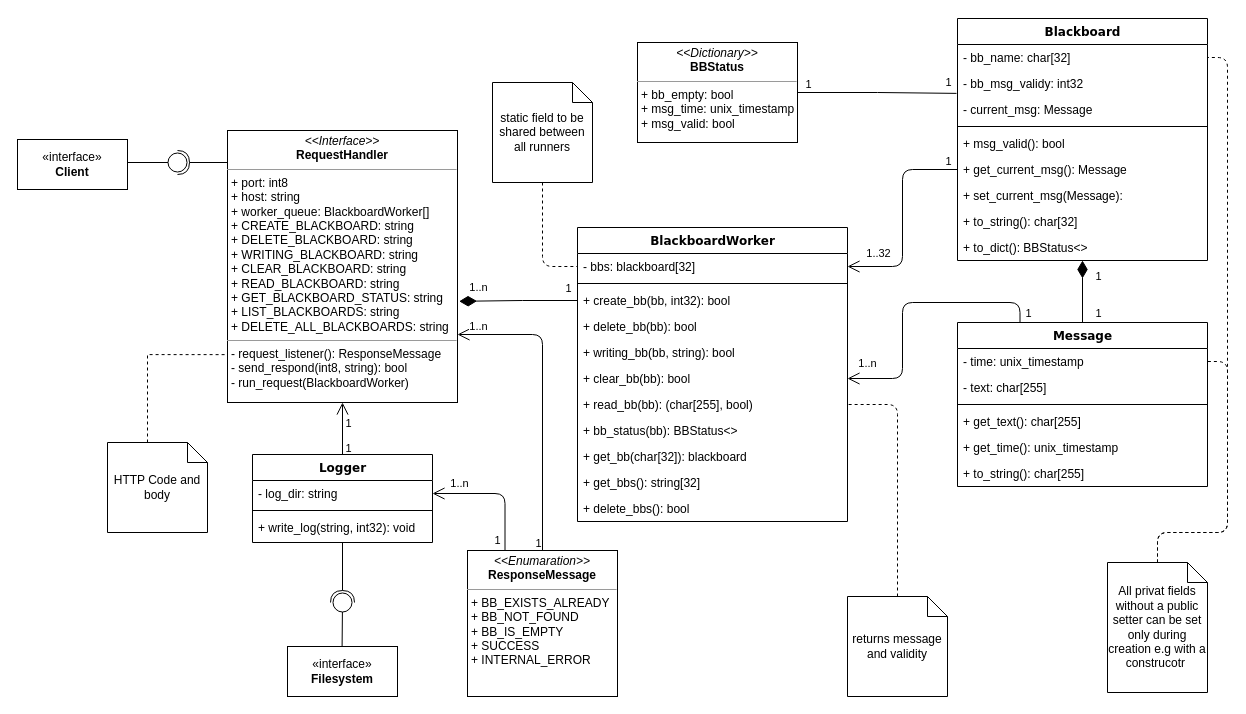
Before: doc/class_diagram.drawio in DHBW-Coding/BlackBoard, a draw.io diagram. Source tidied: cells renumbered, new cells numbered last; positions are measured from the earlier drawing's top-left corner, leaving out a move shared by most shapes. Both pictures are drawn from the tidied source at 100%, with x=0, y=0 at pixel (17, 18).
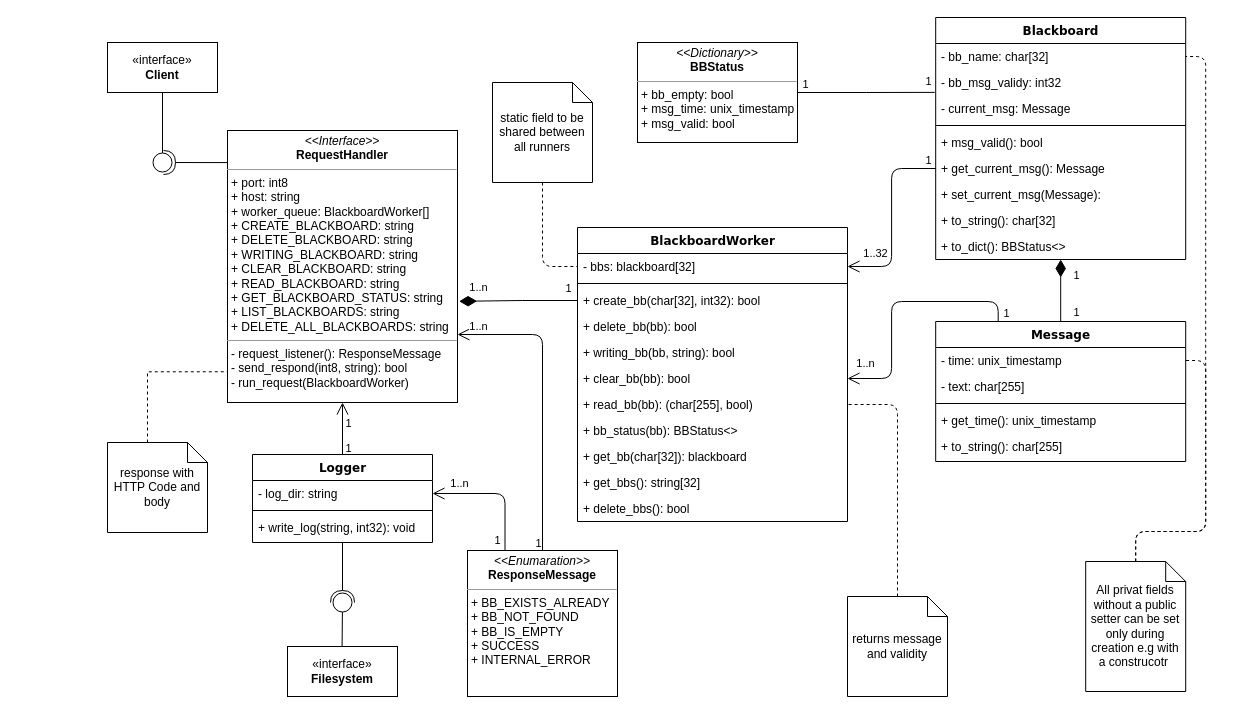
The same page after the edit.

The change refers to these unchanged cells:
```xml
<mxCell id="10" value="- bb_name: char[32]" style="text;html=1;strokeColor=none;fillColor=none;align=left;verticalAlign=top;spacingLeft=4;spacingRight=4;whiteSpace=wrap;overflow=hidden;points=[[0,0.5],[1,0.5]];portConstraint=eastwest;" parent="9" vertex="1">
  <mxGeometry y="26" width="250" height="26" as="geometry" />
</mxCell>
<mxCell id="22" value="BlackboardWorker" style="swimlane;html=1;fontStyle=1;align=center;verticalAlign=top;horizontal=1;startSize=26;swimlaneFillColor=#ffffff;rounded=0;shadow=0;comic=0;labelBackgroundColor=none;strokeWidth=1;fillColor=none;fontFamily=Verdana;fontSize=12;" parent="1" vertex="1">
  <mxGeometry x="560" y="209" width="270" height="294" as="geometry" />
</mxCell>
<mxCell id="34" value="&lt;p style=&quot;margin:0px;margin-top:4px;text-align:center;&quot;&gt;&lt;i&gt;&amp;lt;&amp;lt;Interface&amp;gt;&amp;gt;&lt;/i&gt;&lt;br&gt;&lt;b&gt;RequestHandler&lt;/b&gt;&lt;/p&gt;&lt;hr size=&quot;1&quot;&gt;&lt;p style=&quot;margin:0px;margin-left:4px;&quot;&gt;+ port: int8&lt;br&gt;+ host: string&lt;/p&gt;&lt;p style=&quot;margin:0px;margin-left:4px;&quot;&gt;+ worker_queue: BlackboardWorker[]&lt;/p&gt;&lt;p style=&quot;margin:0px;margin-left:4px;&quot;&gt;+ CREATE_BLACKBOARD: string&lt;/p&gt;&lt;p style=&quot;margin:0px;margin-left:4px;&quot;&gt;+ DELETE_BLACKBOARD: string&lt;/p&gt;&lt;p style=&quot;margin:0px;margin-left:4px;&quot;&gt;+ WRITING_BLACKBOARD: string&lt;/p&gt;&lt;p style=&quot;margin:0px;margin-left:4px;&quot;&gt;+ CLEAR_BLACKBOARD: string&lt;/p&gt;&lt;p style=&quot;margin:0px;margin-left:4px;&quot;&gt;+ READ_BLACKBOARD: string&lt;/p&gt;&lt;p style=&quot;margin:0px;margin-left:4px;&quot;&gt;+ GET_BLACKBOARD_STATUS: string&lt;/p&gt;&lt;p style=&quot;margin:0px;margin-left:4px;&quot;&gt;+ LIST_BLACKBOARDS: string&lt;br&gt;&lt;/p&gt;&lt;p style=&quot;margin:0px;margin-left:4px;&quot;&gt;+ DELETE_ALL_BLACKBOARDS: string&lt;/p&gt;&lt;hr size=&quot;1&quot;&gt;&lt;p style=&quot;margin:0px;margin-left:4px;&quot;&gt;- request_listener():&amp;nbsp;&lt;span style=&quot;text-wrap: wrap;&quot;&gt;ResponseMessage&lt;/span&gt;&lt;br&gt;- send_respond(int8, string): bool&lt;/p&gt;&lt;p style=&quot;margin:0px;margin-left:4px;&quot;&gt;- run_request(BlackboardWorker)&lt;/p&gt;" style="verticalAlign=top;align=left;overflow=fill;fontSize=12;fontFamily=Helvetica;html=1;rounded=0;shadow=0;comic=0;labelBackgroundColor=none;strokeWidth=1;" parent="1" vertex="1">
  <mxGeometry x="210" y="112" width="230" height="272" as="geometry" />
</mxCell>
<mxCell id="47" value="- time: unix_timestamp" style="text;html=1;strokeColor=none;fillColor=none;align=left;verticalAlign=top;spacingLeft=4;spacingRight=4;whiteSpace=wrap;overflow=hidden;points=[[0,0.5],[1,0.5]];portConstraint=eastwest;" parent="46" vertex="1">
  <mxGeometry y="26" width="250" height="26" as="geometry" />
</mxCell>
```

Change to the diagram source:
```diff
@@
     <mxCell id="9" value="Blackboard" style="swimlane;html=1;fontStyle=1;align=center;verticalAlign=top;horizontal=1;startSize=26;swimlaneFillColor=#ffffff;rounded=0;shadow=0;comic=0;labelBackgroundColor=none;strokeWidth=1;fillColor=none;fontFamily=Verdana;fontSize=12;" parent="1" vertex="1">
-      <mxGeometry x="940" width="250" height="242" as="geometry" />
+      <mxGeometry x="918.2" y="-1" width="250" height="242" as="geometry" />
     </mxCell>
@@
-    <mxCell id="25" value="+ create_bb(bb, int32): bool" style="text;html=1;strokeColor=none;fillColor=none;align=left;verticalAlign=top;spacingLeft=4;spacingRight=4;whiteSpace=wrap;overflow=hidden;points=[[0,0.5],[1,0.5]];portConstraint=eastwest;" parent="22" vertex="1">
+    <mxCell id="25" value="+ create_bb(char[32], int32): bool" style="text;html=1;strokeColor=none;fillColor=none;align=left;verticalAlign=top;spacingLeft=4;spacingRight=4;whiteSpace=wrap;overflow=hidden;points=[[0,0.5],[1,0.5]];portConstraint=eastwest;" parent="22" vertex="1">
       <mxGeometry y="60" width="270" height="26" as="geometry" />
     </mxCell>
@@
-    <mxCell id="35" style="rounded=0;orthogonalLoop=1;jettySize=auto;html=1;endArrow=halfCircle;endFill=0;endSize=10;strokeWidth=1;sketch=0;" parent="1" edge="1">
+    <mxCell id="35" style="rounded=0;jettySize=auto;html=1;endArrow=halfCircle;endFill=0;endSize=10;strokeWidth=1;sketch=0;exitX=0.001;exitY=0.118;exitDx=0;exitDy=0;exitPerimeter=0;" parent="1" edge="1" source="34">
       <mxGeometry relative="1" as="geometry">
-        <mxPoint x="210" y="144" as="sourcePoint" />
-        <mxPoint x="160" y="144" as="targetPoint" />
+        <mxPoint x="146" y="144" as="targetPoint" />
       </mxGeometry>
     </mxCell>
-    <mxCell id="36" style="rounded=0;orthogonalLoop=1;jettySize=auto;html=1;endArrow=oval;endFill=0;sketch=0;sourcePerimeterSpacing=0;targetPerimeterSpacing=0;endSize=19;" parent="1" edge="1">
+    <mxCell id="36" style="rounded=0;jettySize=auto;html=1;endArrow=oval;endFill=0;sketch=0;sourcePerimeterSpacing=0;targetPerimeterSpacing=0;endSize=19;exitX=0.5;exitY=1;exitDx=0;exitDy=0;" parent="1" edge="1" source="58">
       <mxGeometry relative="1" as="geometry">
-        <mxPoint x="110" y="144" as="sourcePoint" />
-        <mxPoint x="160" y="144" as="targetPoint" />
+        <mxPoint x="145" y="144" as="targetPoint" />
       </mxGeometry>
     </mxCell>
@@
     <mxCell id="46" value="Message" style="swimlane;html=1;fontStyle=1;align=center;verticalAlign=top;horizontal=1;startSize=26;swimlaneFillColor=#ffffff;rounded=0;shadow=0;comic=0;labelBackgroundColor=none;strokeWidth=1;fillColor=none;fontFamily=Verdana;fontSize=12;" parent="1" vertex="1">
-      <mxGeometry x="940" y="304" width="250" height="164" as="geometry" />
+      <mxGeometry x="918.2" y="303" width="250" height="140" as="geometry" />
     </mxCell>
@@
-    <mxCell id="50" value="+ get_text(): char[255]" style="text;html=1;strokeColor=none;fillColor=none;align=left;verticalAlign=top;spacingLeft=4;spacingRight=4;whiteSpace=wrap;overflow=hidden;" parent="46" vertex="1">
-      <mxGeometry y="86" width="250" height="26" as="geometry" />
-    </mxCell>
     <mxCell id="51" value="+ get_time(): unix_timestamp" style="text;html=1;strokeColor=none;fillColor=none;align=left;verticalAlign=top;spacingLeft=4;spacingRight=4;whiteSpace=wrap;overflow=hidden;" parent="46" vertex="1">
-      <mxGeometry y="112" width="250" height="26" as="geometry" />
+      <mxGeometry y="86" width="250" height="26" as="geometry" />
     </mxCell>
     <mxCell id="52" value="+ to_string(): char[255]" style="text;html=1;strokeColor=none;fillColor=none;align=left;verticalAlign=top;spacingLeft=4;spacingRight=4;whiteSpace=wrap;overflow=hidden;" parent="46" vertex="1">
-      <mxGeometry y="138" width="250" height="26" as="geometry" />
+      <mxGeometry y="112" width="250" height="26" as="geometry" />
     </mxCell>
-    <mxCell id="53" value="HTTP Code and body" style="shape=note;size=20;whiteSpace=wrap;html=1;" parent="1" vertex="1">
+    <mxCell id="53" value="response with HTTP Code and body" style="shape=note;size=20;whiteSpace=wrap;html=1;" parent="1" vertex="1">
       <mxGeometry x="90" y="424" width="100" height="90" as="geometry" />
     </mxCell>
-    <mxCell id="54" style="edgeStyle=orthogonalEdgeStyle;rounded=0;jettySize=auto;html=1;entryX=-0.004;entryY=0.824;entryDx=0;entryDy=0;entryPerimeter=0;dashed=1;endArrow=none;endFill=0;exitX=0;exitY=0;exitDx=40;exitDy=0;exitPerimeter=0;" parent="1" edge="1" source="53" target="34">
+    <mxCell id="54" style="edgeStyle=orthogonalEdgeStyle;rounded=0;jettySize=auto;html=1;entryX=0;entryY=0.887;entryDx=0;entryDy=0;entryPerimeter=0;dashed=1;endArrow=none;endFill=0;exitX=0;exitY=0;exitDx=40;exitDy=0;exitPerimeter=0;" parent="1" edge="1" source="53" target="34">
       <mxGeometry relative="1" as="geometry" />
     </mxCell>
@@
     <mxCell id="58" value="«interface»&lt;br&gt;&lt;b&gt;Client&lt;/b&gt;" style="html=1;whiteSpace=wrap;" parent="1" vertex="1">
-      <mxGeometry y="121" width="110" height="50" as="geometry" />
+      <mxGeometry x="90" y="24" width="110" height="50" as="geometry" />
     </mxCell>
@@
     <mxCell id="74" style="edgeStyle=orthogonalEdgeStyle;rounded=1;jettySize=auto;html=1;entryX=1;entryY=0.5;entryDx=0;entryDy=0;dashed=1;endArrow=none;endFill=0;curved=0;" parent="1" edge="1" source="76" target="47">
       <mxGeometry relative="1" as="geometry">
         <Array as="points">
-          <mxPoint x="1140" y="514" />
-          <mxPoint x="1210" y="514" />
-          <mxPoint x="1210" y="343" />
+          <mxPoint x="1118.2" y="513" />
+          <mxPoint x="1188.2" y="513" />
+          <mxPoint x="1188.2" y="342" />
         </Array>
       </mxGeometry>
     </mxCell>
     <mxCell id="75" style="edgeStyle=orthogonalEdgeStyle;rounded=1;jettySize=auto;html=1;exitX=0.5;exitY=0;exitDx=0;exitDy=0;exitPerimeter=0;entryX=1;entryY=0.5;entryDx=0;entryDy=0;endArrow=none;endFill=0;dashed=1;curved=0;" parent="1" edge="1" source="76" target="10">
       <mxGeometry relative="1" as="geometry">
         <Array as="points">
-          <mxPoint x="1140" y="514" />
-          <mxPoint x="1210" y="514" />
-          <mxPoint x="1210" y="39" />
+          <mxPoint x="1118.2" y="513" />
+          <mxPoint x="1188.2" y="513" />
+          <mxPoint x="1188.2" y="38" />
         </Array>
       </mxGeometry>
     </mxCell>
-    <mxCell id="76" value="All privat fields without a public setter can be set only during creation e.g with a construcotr&amp;nbsp;" style="shape=note;size=20;whiteSpace=wrap;html=1;" parent="1" vertex="1">
-      <mxGeometry x="1090" y="544" width="100" height="130" as="geometry" />
+    <mxCell id="76" value="All privat fields without a public setter can be set only during creation e.g with a construcotr&amp;nbsp;" style="shape=note;size=20;whiteSpace=wrap;html=1;spacing=4;" parent="1" vertex="1">
+      <mxGeometry x="1068.2" y="543" width="100" height="130" as="geometry" />
     </mxCell>
```
